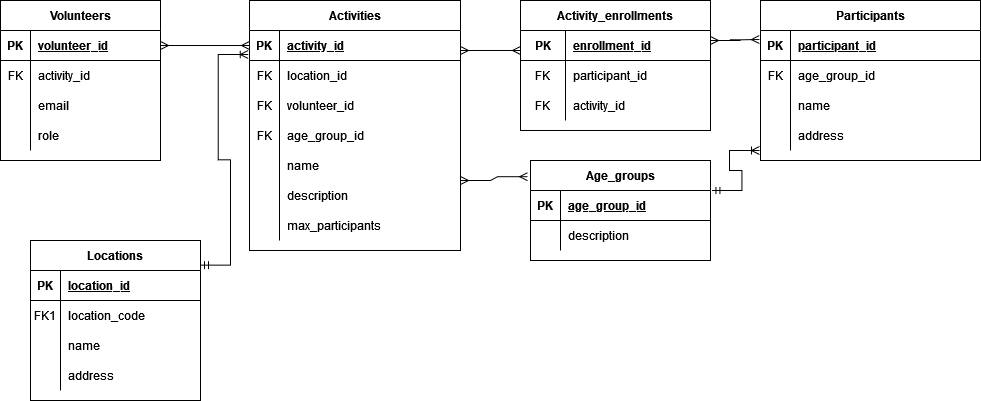
Earlier version of the draw.io export 340.drawio.png (arse0039/340_db). Source tidied: cells renumbered, new cells last; positions are measured from the earlier drawing's top-left corner, leaving out a move shared by most shapes.
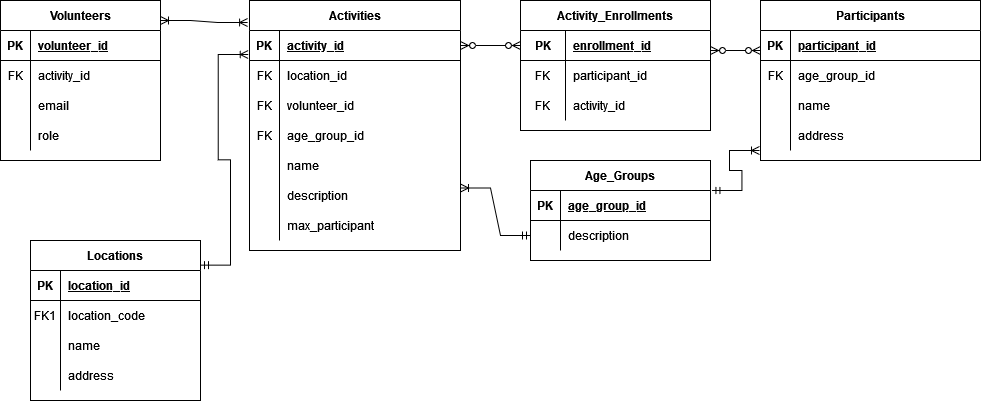
After the change.

Change to the diagram source:
```diff
@@ -80,7 +80,7 @@
     <mxCell id="27" value="role" style="shape=partialRectangle;overflow=hidden;fillColor=none;top=0;left=0;bottom=0;right=0;align=left;spacingLeft=6;" parent="25" vertex="1">
       <mxGeometry x="30" width="130" height="30" as="geometry" />
     </mxCell>
-    <mxCell id="28" value="Age_groups" style="shape=table;startSize=30;rowLines=0;fontStyle=1;align=center;" parent="1" vertex="1">
+    <mxCell id="28" value="Age_Groups" style="shape=table;startSize=30;rowLines=0;fontStyle=1;align=center;" parent="1" vertex="1">
       <mxGeometry x="530" y="160" width="180" height="100" as="geometry" />
     </mxCell>
     <mxCell id="29" style="shape=partialRectangle;fillColor=none;points=[[0,0.5],[1,0.5]];portConstraint=eastwest;top=0;left=0;right=0;bottom=1;" parent="28" vertex="1">
@@ -101,7 +101,7 @@
     <mxCell id="34" value="description" style="shape=partialRectangle;overflow=hidden;fillColor=none;top=0;left=0;bottom=0;right=0;align=left;spacingLeft=6;" parent="32" vertex="1">
       <mxGeometry x="30" width="150" height="30" as="geometry" />
     </mxCell>
-    <mxCell id="35" value="Activity_enrollments" style="shape=table;startSize=30;rowLines=0;fontStyle=1;align=center;" parent="1" vertex="1">
+    <mxCell id="35" value="Activity_Enrollments" style="shape=table;startSize=30;rowLines=0;fontStyle=1;align=center;" parent="1" vertex="1">
       <mxGeometry x="520" width="190" height="130" as="geometry" />
     </mxCell>
     <mxCell id="36" style="shape=partialRectangle;fillColor=none;points=[[0,0.5],[1,0.5]];portConstraint=eastwest;top=0;left=0;right=0;bottom=1;" parent="35" vertex="1">
@@ -233,35 +233,33 @@
     <mxCell id="78" style="shape=partialRectangle;fillColor=none;top=0;left=0;bottom=0;right=0;overflow=hidden;" parent="77" vertex="1">
       <mxGeometry width="30" height="30" as="geometry" />
     </mxCell>
-    <mxCell id="79" value="max_participants" style="shape=partialRectangle;fillColor=none;top=0;left=0;bottom=0;right=0;align=left;spacingLeft=6;overflow=hidden;" parent="77" vertex="1">
+    <mxCell id="79" value="max_participant" style="shape=partialRectangle;fillColor=none;top=0;left=0;bottom=0;right=0;align=left;spacingLeft=6;overflow=hidden;" parent="77" vertex="1">
       <mxGeometry x="30" width="181" height="30" as="geometry" />
     </mxCell>
-    <mxCell id="80" style="edgeStyle=entityRelationEdgeStyle;fontSize=12;html=1;endArrow=ERmany;startArrow=ERmany;rounded=0;entryX=0;entryY=0.5;entryDx=0;entryDy=0;exitX=1;exitY=0.5;exitDx=0;exitDy=0;" parent="1" edge="1" source="16" target="59">
-      <mxGeometry relative="1" as="geometry" />
-    </mxCell>
     <mxCell id="81" style="edgeStyle=entityRelationEdgeStyle;fontSize=12;html=1;endArrow=ERoneToMany;startArrow=ERmandOne;rounded=0;exitX=1;exitY=0.154;exitDx=0;exitDy=0;exitPerimeter=0;entryX=-0.006;entryY=0.8;entryDx=0;entryDy=0;entryPerimeter=0;" parent="1" edge="1" source="2" target="59">
       <mxGeometry relative="1" as="geometry" />
     </mxCell>
-    <mxCell id="82" style="edgeStyle=entityRelationEdgeStyle;fontSize=12;html=1;endArrow=ERmany;startArrow=ERmany;rounded=0;" parent="1" edge="1">
-      <mxGeometry relative="1" as="geometry">
-        <mxPoint x="460" y="50" as="sourcePoint" />
-        <mxPoint x="520" y="50" as="targetPoint" />
-      </mxGeometry>
-    </mxCell>
     <mxCell id="83" style="edgeStyle=entityRelationEdgeStyle;fontSize=12;html=1;endArrow=ERoneToMany;startArrow=ERmandOne;rounded=0;exitX=1.008;exitY=0;exitDx=0;exitDy=0;exitPerimeter=0;" parent="1" edge="1" source="29">
       <mxGeometry relative="1" as="geometry">
         <mxPoint x="759" y="150" as="targetPoint" />
       </mxGeometry>
     </mxCell>
-    <mxCell id="84" style="edgeStyle=entityRelationEdgeStyle;fontSize=12;html=1;endArrow=ERmany;startArrow=ERmany;rounded=0;entryX=-0.016;entryY=0.162;entryDx=0;entryDy=0;entryPerimeter=0;" parent="1" edge="1" target="28">
-      <mxGeometry relative="1" as="geometry">
-        <mxPoint x="460" y="180" as="sourcePoint" />
-      </mxGeometry>
-    </mxCell>
-    <mxCell id="85" style="edgeStyle=entityRelationEdgeStyle;fontSize=12;html=1;endArrow=ERmany;startArrow=ERmany;rounded=0;entryX=-0.005;entryY=0.3;entryDx=0;entryDy=0;entryPerimeter=0;" parent="1" edge="1" target="46">
-      <mxGeometry relative="1" as="geometry">
-        <mxPoint x="710" y="40" as="sourcePoint" />
-      </mxGeometry>
-    </mxCell>
+    <mxCell id="86" style="edgeStyle=entityRelationEdgeStyle;fontSize=12;html=1;endArrow=ERoneToMany;startArrow=ERoneToMany;rounded=0;entryX=-0.009;entryY=0.088;entryDx=0;entryDy=0;entryPerimeter=0;" parent="1" edge="1" target="58">
+      <mxGeometry relative="1" as="geometry">
+        <mxPoint x="160" y="20" as="sourcePoint" />
+      </mxGeometry>
+    </mxCell>
+    <mxCell id="87" style="edgeStyle=entityRelationEdgeStyle;fontSize=12;html=1;endArrow=ERoneToMany;startArrow=ERmandOne;rounded=0;exitX=0;exitY=0.5;exitDx=0;exitDy=0;entryX=1;entryY=0.75;entryDx=0;entryDy=0;" parent="1" edge="1" source="32" target="58">
+      <mxGeometry relative="1" as="geometry" />
+    </mxCell>
+    <mxCell id="88" style="edgeStyle=entityRelationEdgeStyle;fontSize=12;html=1;endArrow=ERzeroToMany;endFill=1;startArrow=ERzeroToMany;rounded=0;" parent="1" edge="1">
+      <mxGeometry relative="1" as="geometry">
+        <mxPoint x="710" y="50" as="sourcePoint" />
+        <mxPoint x="760" y="50" as="targetPoint" />
+      </mxGeometry>
+    </mxCell>
+    <mxCell id="89" style="edgeStyle=entityRelationEdgeStyle;fontSize=12;html=1;endArrow=ERzeroToMany;endFill=1;startArrow=ERzeroToMany;rounded=0;entryX=0;entryY=0.5;entryDx=0;entryDy=0;exitX=1;exitY=0.5;exitDx=0;exitDy=0;" parent="1" edge="1" source="59" target="36">
+      <mxGeometry relative="1" as="geometry" />
+    </mxCell>
   </root>
 </mxGraphModel>
```
